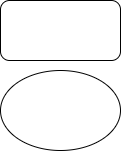
This is Untitled Diagram.drawio.png from KMSAAO/holbertonschool-hbnb, a draw.io export, as it was before one commit. Source tidied: cells renumbered, new cells last; positions are measured from the earlier drawing's top-left corner, leaving out a move shared by most shapes.
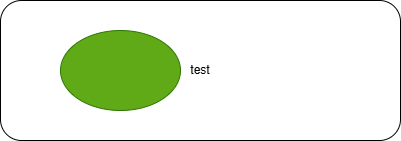
The same diagram one commit later.

Change to the diagram source:
```diff
@@ -2,11 +2,11 @@
   <root>
     <mxCell id="0" />
     <mxCell id="1" parent="0" />
-    <mxCell id="2" style="rounded=1;whiteSpace=wrap;html=1;" parent="1" vertex="1">
-      <mxGeometry width="120" height="60" as="geometry" />
+    <mxCell id="2" value="test" style="rounded=1;whiteSpace=wrap;html=1;" parent="1" vertex="1">
+      <mxGeometry width="400" height="140" as="geometry" />
     </mxCell>
-    <mxCell id="3" style="ellipse;whiteSpace=wrap;html=1;" parent="1" vertex="1">
-      <mxGeometry y="70" width="120" height="80" as="geometry" />
+    <mxCell id="3" style="ellipse;whiteSpace=wrap;html=1;fillColor=#60a917;fontColor=#ffffff;strokeColor=#2D7600;" parent="1" vertex="1">
+      <mxGeometry x="60" y="30" width="120" height="80" as="geometry" />
     </mxCell>
   </root>
 </mxGraphModel>
```
